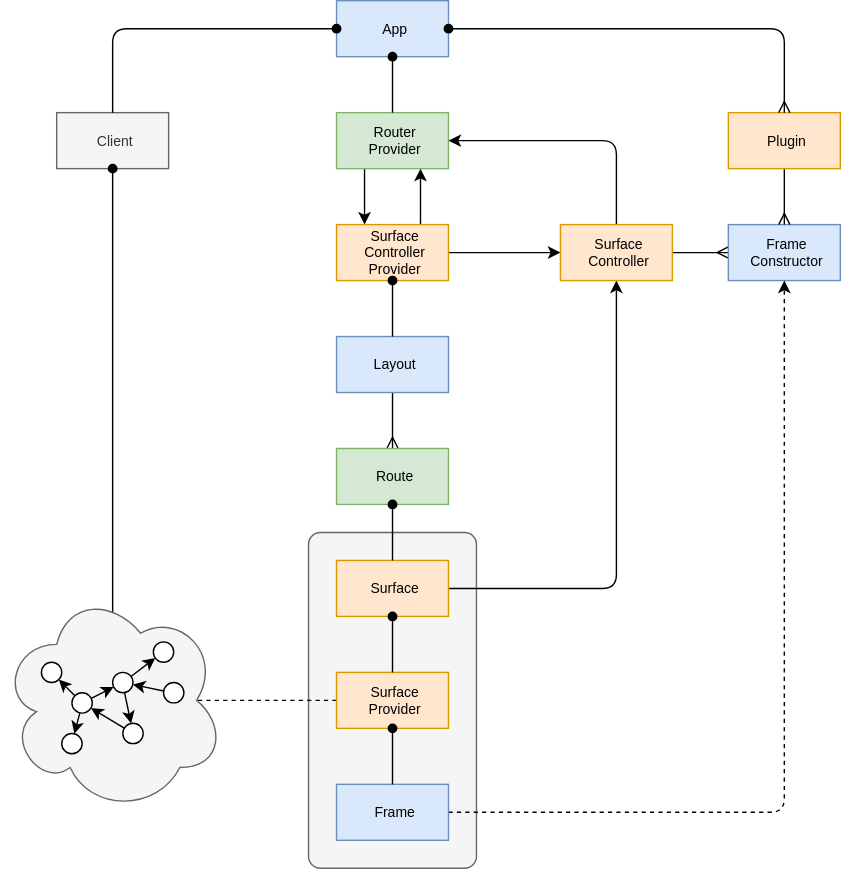
Earlier version of the draw.io export docs/docs/specs/v0/app-framework.drawio.svg (dxos/dxos). Source tidied: cells renumbered, new cells last; positions are measured from the earlier drawing's top-left corner, leaving out a move shared by most shapes.
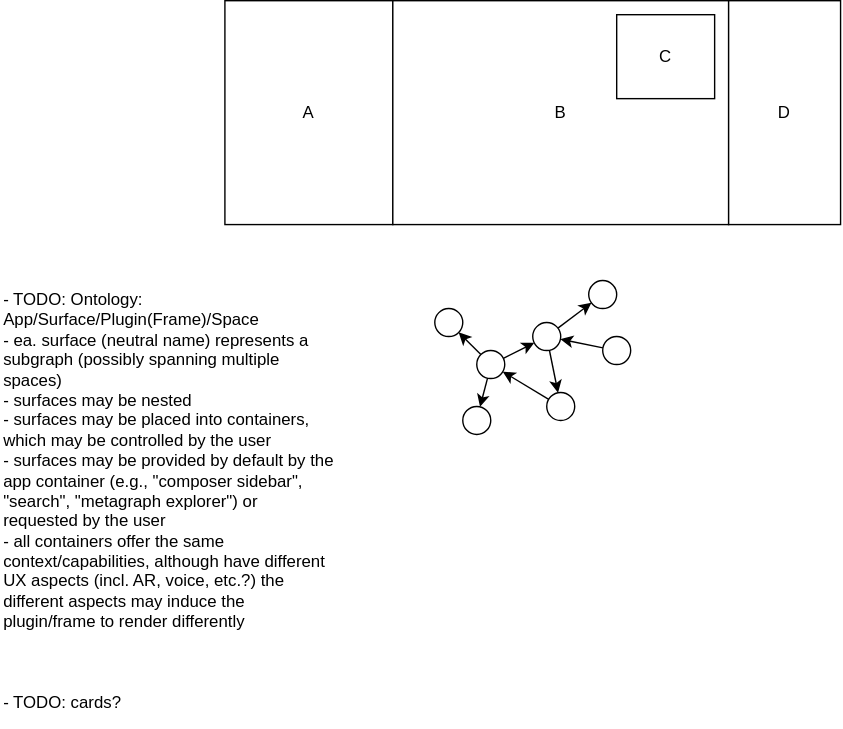
The same file after the commit.

Diff of the diagram source:
```diff
@@ -2,168 +2,65 @@
   <root>
     <mxCell id="0" />
     <mxCell id="1" parent="0" />
-    <mxCell id="2" style="rounded=1;whiteSpace=wrap;html=1;align=center;verticalAlign=middle;spacingLeft=4;fontSize=10;fillColor=#f5f5f5;strokeColor=#666666;fontColor=#333333;arcSize=7;" parent="1" vertex="1">
-      <mxGeometry x="220" y="380" width="120" height="240" as="geometry" />
-    </mxCell>
-    <mxCell id="3" style="edgeStyle=none;html=1;exitX=0.25;exitY=1;exitDx=0;exitDy=0;entryX=0.25;entryY=0;entryDx=0;entryDy=0;fontSize=10;" parent="1" edge="1" source="4" target="9">
-      <mxGeometry relative="1" as="geometry" />
-    </mxCell>
-    <mxCell id="4" value="Router&lt;br style=&quot;font-size: 10px;&quot;&gt;Provider" style="rounded=0;whiteSpace=wrap;html=1;align=center;verticalAlign=middle;spacingLeft=4;fontSize=10;fillColor=#d5e8d4;strokeColor=#82b366;" parent="1" vertex="1">
-      <mxGeometry x="240" y="80" width="80" height="40" as="geometry" />
-    </mxCell>
-    <mxCell id="5" style="edgeStyle=none;html=1;exitX=0.75;exitY=0;exitDx=0;exitDy=0;entryX=0.75;entryY=1;entryDx=0;entryDy=0;fontSize=10;" parent="1" edge="1" source="9" target="4">
-      <mxGeometry relative="1" as="geometry" />
-    </mxCell>
-    <mxCell id="6" style="edgeStyle=none;html=1;endArrow=ERmany;endFill=0;fontSize=10;exitX=1;exitY=0.5;exitDx=0;exitDy=0;" parent="1" edge="1" source="22" target="10">
-      <mxGeometry relative="1" as="geometry" />
-    </mxCell>
-    <mxCell id="7" style="edgeStyle=none;html=1;exitX=0.5;exitY=1;exitDx=0;exitDy=0;startArrow=none;startFill=0;endArrow=ERmany;endFill=0;fontSize=10;entryX=0.5;entryY=0;entryDx=0;entryDy=0;" parent="1" edge="1" source="14" target="23">
-      <mxGeometry relative="1" as="geometry" />
-    </mxCell>
-    <mxCell id="8" style="edgeStyle=none;html=1;exitX=1;exitY=0.5;exitDx=0;exitDy=0;fontSize=10;startArrow=none;startFill=0;endArrow=classic;endFill=1;" parent="1" edge="1" source="9" target="22">
-      <mxGeometry relative="1" as="geometry" />
-    </mxCell>
-    <mxCell id="9" value="Surface&lt;br style=&quot;font-size: 10px;&quot;&gt;Controller&lt;br style=&quot;font-size: 10px;&quot;&gt;Provider" style="rounded=0;whiteSpace=wrap;html=1;align=center;verticalAlign=middle;spacingLeft=4;fontSize=10;fillColor=#ffe6cc;strokeColor=#d79b00;" parent="1" vertex="1">
-      <mxGeometry x="240" y="160" width="80" height="40" as="geometry" />
-    </mxCell>
-    <mxCell id="10" value="Frame&lt;br&gt;Constructor" style="rounded=0;whiteSpace=wrap;html=1;align=center;verticalAlign=middle;spacingLeft=4;fontSize=10;fillColor=#dae8fc;strokeColor=#6c8ebf;" parent="1" vertex="1">
-      <mxGeometry x="520" y="160" width="80" height="40" as="geometry" />
-    </mxCell>
-    <mxCell id="11" style="edgeStyle=none;html=1;exitX=0;exitY=0.5;exitDx=0;exitDy=0;entryX=0.875;entryY=0.5;entryDx=0;entryDy=0;entryPerimeter=0;endArrow=none;endFill=0;dashed=1;" parent="1" edge="1" source="15" target="34">
-      <mxGeometry relative="1" as="geometry" />
-    </mxCell>
-    <mxCell id="12" style="edgeStyle=none;html=1;exitX=1;exitY=0.5;exitDx=0;exitDy=0;entryX=0.5;entryY=1;entryDx=0;entryDy=0;fontSize=10;startArrow=none;startFill=0;endArrow=classic;endFill=1;" parent="1" edge="1" source="13" target="22">
-      <mxGeometry relative="1" as="geometry">
-        <Array as="points">
-          <mxPoint x="440" y="420" />
-        </Array>
-      </mxGeometry>
-    </mxCell>
-    <mxCell id="13" value="Surface" style="rounded=0;whiteSpace=wrap;html=1;align=center;verticalAlign=middle;spacingLeft=4;fontSize=10;fillColor=#ffe6cc;strokeColor=#d79b00;" parent="1" vertex="1">
-      <mxGeometry x="240" y="400" width="80" height="40" as="geometry" />
-    </mxCell>
-    <mxCell id="14" value="Layout" style="rounded=0;whiteSpace=wrap;html=1;align=center;verticalAlign=middle;spacingLeft=4;fontSize=10;fillColor=#dae8fc;strokeColor=#6c8ebf;" parent="1" vertex="1">
-      <mxGeometry x="240" y="240" width="80" height="40" as="geometry" />
-    </mxCell>
-    <mxCell id="15" value="Surface&lt;br style=&quot;font-size: 10px;&quot;&gt;Provider" style="rounded=0;whiteSpace=wrap;html=1;align=center;verticalAlign=middle;spacingLeft=4;fontSize=10;fillColor=#ffe6cc;strokeColor=#d79b00;" parent="1" vertex="1">
-      <mxGeometry x="240" y="480" width="80" height="40" as="geometry" />
-    </mxCell>
-    <mxCell id="16" style="edgeStyle=none;html=1;exitX=0.5;exitY=1;exitDx=0;exitDy=0;startArrow=oval;startFill=1;endArrow=none;endFill=0;fontSize=10;" parent="1" edge="1" source="13" target="15">
-      <mxGeometry relative="1" as="geometry" />
-    </mxCell>
-    <mxCell id="17" style="edgeStyle=none;html=1;exitX=1;exitY=0.5;exitDx=0;exitDy=0;entryX=0.5;entryY=1;entryDx=0;entryDy=0;fontSize=10;startArrow=none;startFill=0;endArrow=classic;endFill=1;dashed=1;" parent="1" edge="1" source="18" target="10">
-      <mxGeometry relative="1" as="geometry">
-        <Array as="points">
-          <mxPoint x="560" y="580" />
-        </Array>
-      </mxGeometry>
-    </mxCell>
-    <mxCell id="18" value="Frame" style="rounded=0;whiteSpace=wrap;html=1;align=center;verticalAlign=middle;spacingLeft=4;fontSize=10;fillColor=#dae8fc;strokeColor=#6c8ebf;" parent="1" vertex="1">
-      <mxGeometry x="240" y="560" width="80" height="40" as="geometry" />
-    </mxCell>
-    <mxCell id="19" style="edgeStyle=none;html=1;exitX=0.5;exitY=1;exitDx=0;exitDy=0;startArrow=oval;startFill=1;endArrow=none;endFill=0;fontSize=10;" parent="1" edge="1" source="15" target="18">
-      <mxGeometry relative="1" as="geometry" />
-    </mxCell>
-    <mxCell id="20" style="edgeStyle=none;html=1;exitX=0.5;exitY=1;exitDx=0;exitDy=0;entryX=0.5;entryY=0;entryDx=0;entryDy=0;startArrow=oval;startFill=1;endArrow=none;endFill=0;fontSize=10;" parent="1" edge="1" source="9" target="14">
-      <mxGeometry relative="1" as="geometry" />
-    </mxCell>
-    <mxCell id="21" style="edgeStyle=none;html=1;exitX=0.5;exitY=0;exitDx=0;exitDy=0;entryX=1;entryY=0.5;entryDx=0;entryDy=0;fontSize=10;startArrow=none;startFill=0;endArrow=classic;endFill=1;" parent="1" edge="1" source="22" target="4">
-      <mxGeometry relative="1" as="geometry">
-        <Array as="points">
-          <mxPoint x="440" y="100" />
-        </Array>
-      </mxGeometry>
-    </mxCell>
-    <mxCell id="22" value="Surface&lt;br style=&quot;font-size: 10px;&quot;&gt;Controller" style="rounded=0;whiteSpace=wrap;html=1;align=center;verticalAlign=middle;spacingLeft=4;fontSize=10;fillColor=#ffe6cc;strokeColor=#d79b00;" parent="1" vertex="1">
-      <mxGeometry x="400" y="160" width="80" height="40" as="geometry" />
-    </mxCell>
-    <mxCell id="23" value="Route" style="rounded=0;whiteSpace=wrap;html=1;align=center;verticalAlign=middle;spacingLeft=4;fontSize=10;fillColor=#d5e8d4;strokeColor=#82b366;" parent="1" vertex="1">
-      <mxGeometry x="240" y="320" width="80" height="40" as="geometry" />
-    </mxCell>
-    <mxCell id="24" style="edgeStyle=none;html=1;exitX=0.5;exitY=1;exitDx=0;exitDy=0;fontSize=10;startArrow=oval;startFill=1;endArrow=none;endFill=0;" parent="1" edge="1" source="23" target="13">
-      <mxGeometry relative="1" as="geometry" />
-    </mxCell>
-    <mxCell id="25" style="edgeStyle=none;html=1;exitX=0.5;exitY=1;exitDx=0;exitDy=0;entryX=0.5;entryY=0;entryDx=0;entryDy=0;fontSize=10;startArrow=none;startFill=0;endArrow=ERmany;endFill=0;" parent="1" edge="1" source="26" target="10">
-      <mxGeometry relative="1" as="geometry" />
-    </mxCell>
-    <mxCell id="26" value="Plugin" style="rounded=0;whiteSpace=wrap;html=1;align=center;verticalAlign=middle;spacingLeft=4;fontSize=10;fillColor=#ffe6cc;strokeColor=#d79b00;" parent="1" vertex="1">
-      <mxGeometry x="520" y="80" width="80" height="40" as="geometry" />
-    </mxCell>
-    <mxCell id="27" value="App" style="rounded=0;whiteSpace=wrap;html=1;align=center;verticalAlign=middle;spacingLeft=4;fontSize=10;fillColor=#dae8fc;strokeColor=#6c8ebf;" parent="1" vertex="1">
-      <mxGeometry x="240" width="80" height="40" as="geometry" />
-    </mxCell>
-    <mxCell id="28" style="edgeStyle=none;html=1;exitX=0.5;exitY=1;exitDx=0;exitDy=0;fontSize=10;startArrow=oval;startFill=1;endArrow=none;endFill=0;" parent="1" edge="1" source="27" target="4">
-      <mxGeometry relative="1" as="geometry" />
-    </mxCell>
-    <mxCell id="29" style="edgeStyle=none;html=1;exitX=1;exitY=0.5;exitDx=0;exitDy=0;entryX=0.5;entryY=0;entryDx=0;entryDy=0;fontSize=10;startArrow=oval;startFill=1;endArrow=ERmany;endFill=0;" parent="1" edge="1" source="27" target="26">
-      <mxGeometry relative="1" as="geometry">
-        <Array as="points">
-          <mxPoint x="560" y="20" />
-        </Array>
-      </mxGeometry>
-    </mxCell>
-    <mxCell id="30" value="Client" style="rounded=0;whiteSpace=wrap;html=1;align=center;verticalAlign=middle;spacingLeft=4;fontSize=10;fillColor=#f5f5f5;strokeColor=#666666;fontColor=#333333;" parent="1" vertex="1">
-      <mxGeometry x="40" y="80" width="80" height="40" as="geometry" />
-    </mxCell>
-    <mxCell id="31" style="edgeStyle=none;html=1;exitX=0;exitY=0.5;exitDx=0;exitDy=0;entryX=0.5;entryY=0;entryDx=0;entryDy=0;fontSize=10;startArrow=oval;startFill=1;endArrow=none;endFill=0;" parent="1" edge="1" source="27" target="30">
-      <mxGeometry relative="1" as="geometry">
-        <Array as="points">
-          <mxPoint x="80" y="20" />
-        </Array>
-      </mxGeometry>
-    </mxCell>
-    <mxCell id="32" style="edgeStyle=none;html=1;exitX=0.5;exitY=1;exitDx=0;exitDy=0;fontSize=10;startArrow=oval;startFill=1;endArrow=none;endFill=0;" parent="1" edge="1" source="30">
-      <mxGeometry relative="1" as="geometry">
-        <mxPoint x="80" y="500" as="targetPoint" />
-      </mxGeometry>
-    </mxCell>
-    <mxCell id="33" style="group;fillColor=none;" parent="1" vertex="1">
-      <mxGeometry y="420" width="160" height="160" as="geometry" />
-    </mxCell>
-    <mxCell id="34" style="ellipse;shape=cloud;whiteSpace=wrap;html=1;fillColor=#f5f5f5;strokeColor=#666666;fontColor=#333333;" parent="33" vertex="1">
-      <mxGeometry width="160" height="160" as="geometry" />
-    </mxCell>
+    <mxCell id="49" value="A" style="rounded=0;whiteSpace=wrap;html=1;" parent="1" vertex="1">
+      <mxGeometry x="80" width="120" height="160" as="geometry" />
+    </mxCell>
+    <mxCell id="50" value="B" style="rounded=0;whiteSpace=wrap;html=1;" parent="1" vertex="1">
+      <mxGeometry x="200" width="240" height="160" as="geometry" />
+    </mxCell>
+    <mxCell id="51" value="D" style="rounded=0;whiteSpace=wrap;html=1;" parent="1" vertex="1">
+      <mxGeometry x="440" width="80" height="160" as="geometry" />
+    </mxCell>
+    <mxCell id="52" value="C" style="rounded=0;whiteSpace=wrap;html=1;" parent="1" vertex="1">
+      <mxGeometry x="360" y="10" width="70" height="60" as="geometry" />
+    </mxCell>
+    <mxCell id="53" style="group;" parent="1" vertex="1">
+      <mxGeometry x="230" y="200" width="140" height="110" as="geometry" />
+    </mxCell>
-    <mxCell id="35" style="ellipse;whiteSpace=wrap;html=1;" parent="33" vertex="1">
-      <mxGeometry x="29.1" y="52.7" width="14.5" height="14.5" as="geometry" />
+    <mxCell id="35" style="ellipse;whiteSpace=wrap;html=1;" parent="53" vertex="1">
+      <mxGeometry y="20" width="20" height="20" as="geometry" />
     </mxCell>
-    <mxCell id="36" style="edgeStyle=none;html=1;" parent="33" edge="1" source="37" target="35">
+    <mxCell id="36" style="edgeStyle=none;html=1;" parent="53" edge="1" source="37" target="35">
       <mxGeometry relative="1" as="geometry" />
     </mxCell>
-    <mxCell id="37" style="ellipse;whiteSpace=wrap;html=1;" parent="33" vertex="1">
-      <mxGeometry x="50.9" y="74.5" width="14.5" height="14.5" as="geometry" />
+    <mxCell id="37" style="ellipse;whiteSpace=wrap;html=1;" parent="53" vertex="1">
+      <mxGeometry x="30" y="50" width="20" height="20" as="geometry" />
     </mxCell>
-    <mxCell id="38" style="ellipse;whiteSpace=wrap;html=1;" parent="33" vertex="1">
-      <mxGeometry x="43.6" y="103.6" width="14.5" height="14.5" as="geometry" />
+    <mxCell id="38" style="ellipse;whiteSpace=wrap;html=1;" parent="53" vertex="1">
+      <mxGeometry x="20" y="90" width="20" height="20" as="geometry" />
     </mxCell>
-    <mxCell id="39" style="ellipse;whiteSpace=wrap;html=1;" parent="33" vertex="1">
-      <mxGeometry x="80" y="60" width="14.5" height="14.5" as="geometry" />
+    <mxCell id="39" style="ellipse;whiteSpace=wrap;html=1;" parent="53" vertex="1">
+      <mxGeometry x="70" y="30" width="20" height="20" as="geometry" />
     </mxCell>
-    <mxCell id="40" style="ellipse;whiteSpace=wrap;html=1;" parent="33" vertex="1">
-      <mxGeometry x="109.1" y="38.2" width="14.5" height="14.5" as="geometry" />
+    <mxCell id="40" style="ellipse;whiteSpace=wrap;html=1;" parent="53" vertex="1">
+      <mxGeometry x="110" width="20" height="20" as="geometry" />
     </mxCell>
-    <mxCell id="41" style="ellipse;whiteSpace=wrap;html=1;" parent="33" vertex="1">
-      <mxGeometry x="116.4" y="67.3" width="14.5" height="14.5" as="geometry" />
+    <mxCell id="41" style="ellipse;whiteSpace=wrap;html=1;" parent="53" vertex="1">
+      <mxGeometry x="120" y="40" width="20" height="20" as="geometry" />
     </mxCell>
-    <mxCell id="42" style="ellipse;whiteSpace=wrap;html=1;" parent="33" vertex="1">
-      <mxGeometry x="87.3" y="96.4" width="14.5" height="14.5" as="geometry" />
+    <mxCell id="42" style="ellipse;whiteSpace=wrap;html=1;" parent="53" vertex="1">
+      <mxGeometry x="80" y="80" width="20" height="20" as="geometry" />
     </mxCell>
-    <mxCell id="43" style="edgeStyle=none;html=1;" parent="33" edge="1" source="37" target="38">
+    <mxCell id="43" style="edgeStyle=none;html=1;" parent="53" edge="1" source="37" target="38">
       <mxGeometry relative="1" as="geometry" />
     </mxCell>
-    <mxCell id="44" style="edgeStyle=none;html=1;" parent="33" edge="1" source="37" target="39">
+    <mxCell id="44" style="edgeStyle=none;html=1;" parent="53" edge="1" source="37" target="39">
       <mxGeometry relative="1" as="geometry" />
     </mxCell>
-    <mxCell id="45" style="edgeStyle=none;html=1;" parent="33" edge="1" source="39" target="42">
+    <mxCell id="45" style="edgeStyle=none;html=1;" parent="53" edge="1" source="39" target="42">
       <mxGeometry relative="1" as="geometry" />
     </mxCell>
-    <mxCell id="46" style="edgeStyle=none;html=1;" parent="33" edge="1" source="41" target="39">
+    <mxCell id="46" style="edgeStyle=none;html=1;" parent="53" edge="1" source="41" target="39">
       <mxGeometry relative="1" as="geometry" />
     </mxCell>
-    <mxCell id="47" style="edgeStyle=none;html=1;" parent="33" edge="1" source="42" target="37">
+    <mxCell id="47" style="edgeStyle=none;html=1;" parent="53" edge="1" source="42" target="37">
       <mxGeometry relative="1" as="geometry" />
     </mxCell>
-    <mxCell id="48" style="edgeStyle=none;html=1;" parent="33" edge="1" source="39" target="40">
+    <mxCell id="48" style="edgeStyle=none;html=1;" parent="53" edge="1" source="39" target="40">
       <mxGeometry relative="1" as="geometry" />
     </mxCell>
+    <mxCell id="54" value="- TODO: Ontology: App/Surface/Plugin(Frame)/Space&lt;br&gt;- ea. surface (neutral name) represents a subgraph (possibly spanning multiple spaces)&lt;br&gt;- surfaces may be nested&lt;br&gt;- surfaces may be placed into containers, which may be controlled by the user&lt;br&gt;- surfaces may be provided by default by the app container (e.g., &quot;composer sidebar&quot;, &quot;search&quot;, &quot;metagraph explorer&quot;) or requested by the user&lt;br&gt;- all containers offer the same context/capabilities, although have different UX aspects (incl. AR, voice, etc.?) the different aspects may induce the plugin/frame to render differently&lt;br&gt;&lt;br&gt;&lt;br&gt;&lt;br&gt;- TODO: cards?" style="rounded=0;whiteSpace=wrap;html=1;align=left;verticalAlign=top;fillColor=none;strokeColor=none;" parent="1" vertex="1">
+      <mxGeometry x="-80" y="200" width="240" height="320" as="geometry" />
+    </mxCell>
   </root>
 </mxGraphModel>
```
